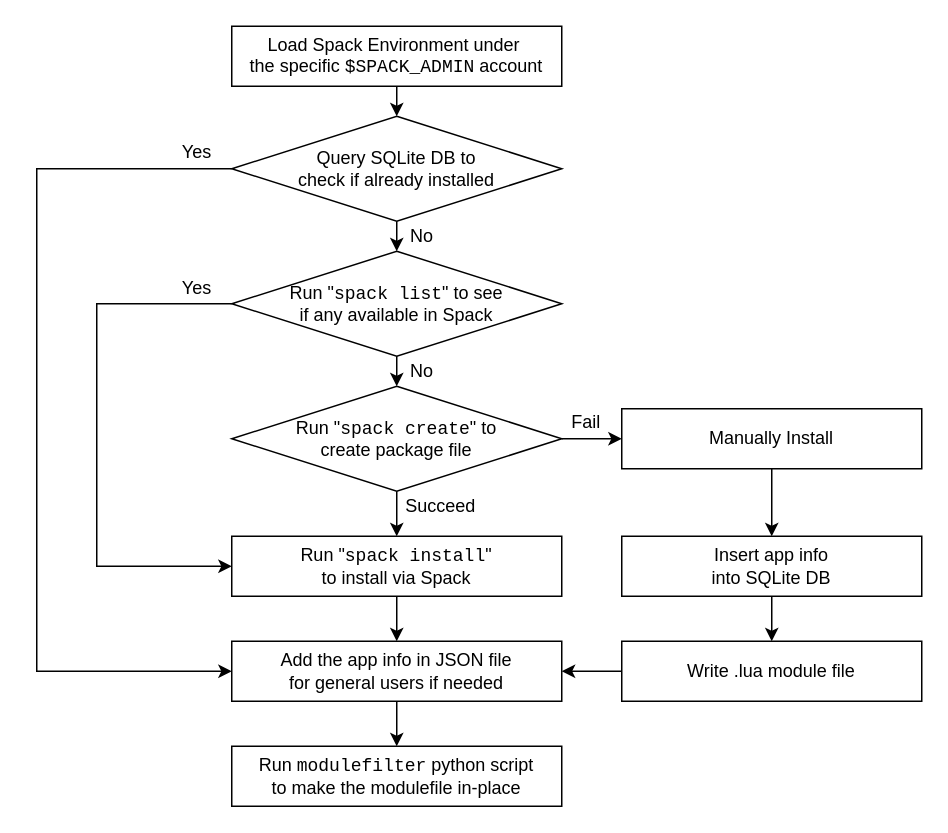
This is figures/draw.io/spack_h2_hybrid_flow.drawio from huqy/hybrid-spack-manual-software-management, a draw.io file, before an edit. Source tidied: cells renumbered, new cells numbered last; positions are measured from the earlier drawing's top-left corner, leaving out a move shared by most shapes. Both pictures are drawn from the tidied source at 150%, with x=0, y=0 at pixel (36, 26).
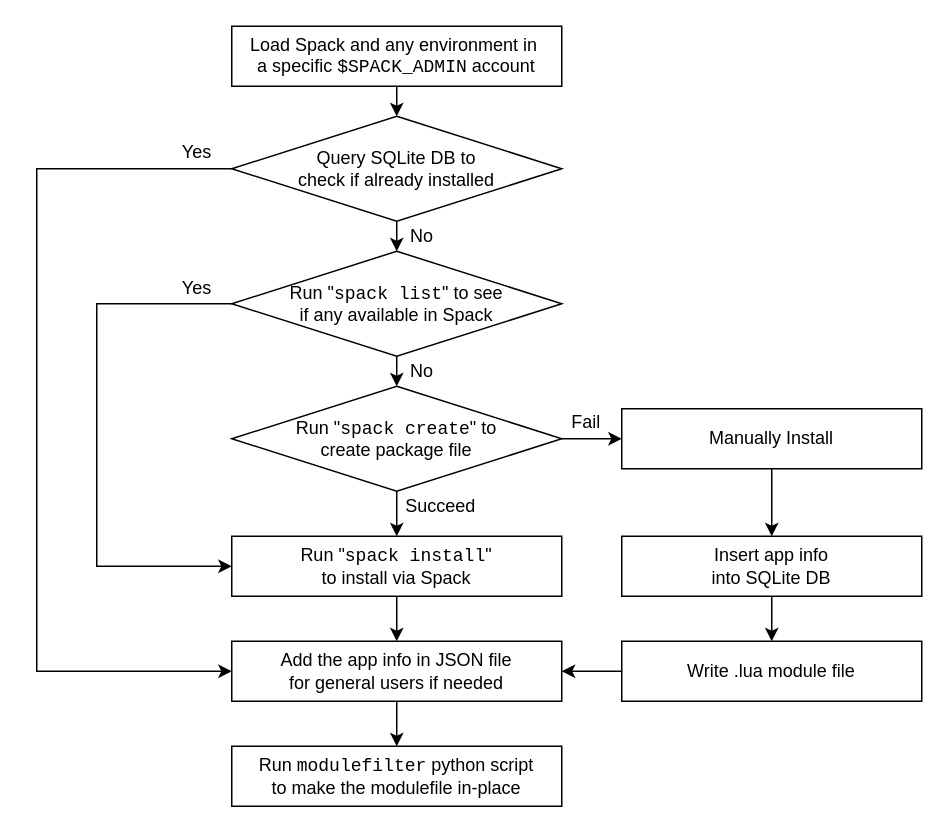
After the change.

What changed in the source:
```diff
@@
-    <mxCell id="3" value="Load Spack Environment under&amp;nbsp;&lt;br&gt;the specific&amp;nbsp;&lt;font face=&quot;Courier New&quot;&gt;$SPACK_ADMIN&lt;/font&gt; account" style="rounded=0;whiteSpace=wrap;html=1;" parent="1" vertex="1">
+    <mxCell id="3" value="Load Spack and any environment in&amp;nbsp;&lt;br&gt;a specific&amp;nbsp;&lt;font face=&quot;Courier New&quot;&gt;$SPACK_ADMIN&lt;/font&gt; account" style="rounded=0;whiteSpace=wrap;html=1;" parent="1" vertex="1">
       <mxGeometry x="130" width="220" height="40" as="geometry" />
     </mxCell>
```
